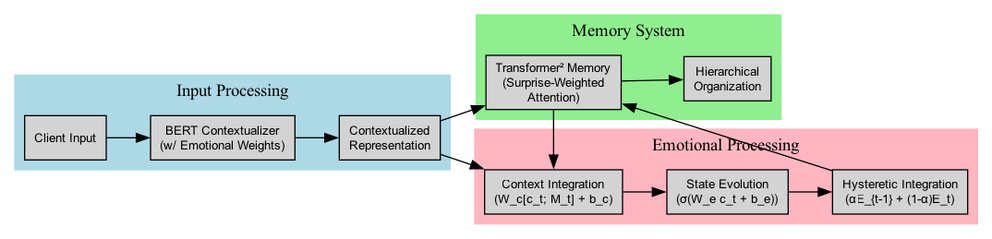
Before: docs/source/_static/diagrams/system_architecture.png, a diagram exported from Graphviz (matthewpendleton/nivalde). Its source is kept beside it as docs/source/_static/diagrams/system_architecture.dot.
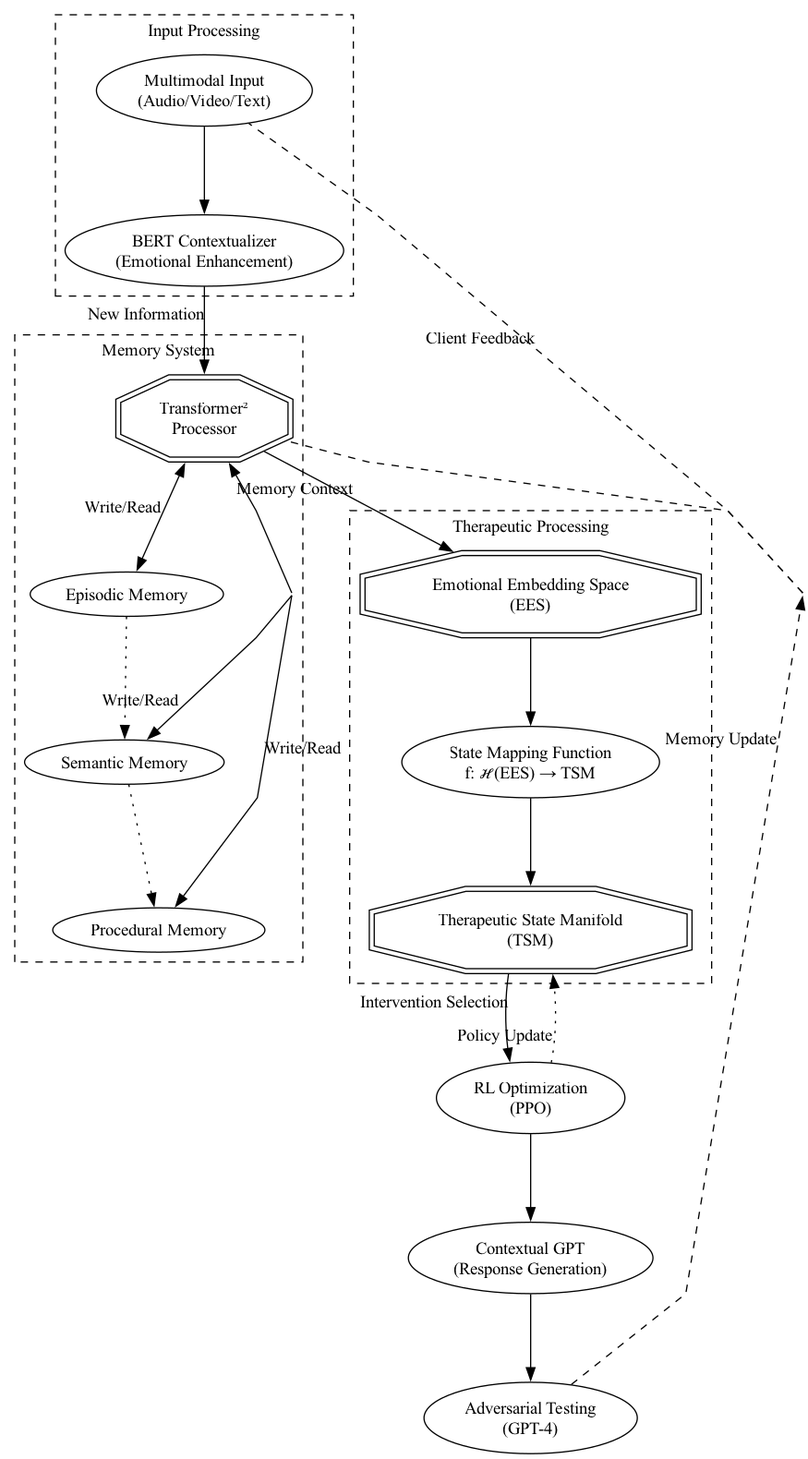
Later version of the same file.

Commit message:
updated the script that generates the overview diagram, place it in a more appropriate location, run it and add the output to the readme.md file.

Diff of the diagram source:
```diff
@@ -1,45 +1,69 @@
 digraph G {
-    rankdir=LR;
-    node [shape=box, style=filled, fontname="Arial", fontsize=10];
-    edge [fontname="Arial", fontsize=8];
+    rankdir=TB;
+    compound=true;
+    node [shape=box, style="rounded,filled", fontname="Arial", fontsize=10, margin=0.2];
+    edge [fontname="Arial", fontsize=8, penwidth=1.2];
 
-    subgraph cluster_0 {
+    subgraph cluster_input {
         label="Input Processing";
         style=filled;
         color=lightblue;
 
-        input [label="Client Input"];
-        bert [label="BERT Contextualizer\n(w/ Emotional Weights)"];
-        context [label="Contextualized\nRepresentation"];
+        multimodal [label="Multimodal Input\n(Audio/Video/Text)", shape=ellipse];
+        bert [label="BERT Contextualizer\n(Emotional Enhancement)"];
 
-        input -> bert -> context;
+        multimodal -> bert;
     }
 
-    subgraph cluster_1 {
+    subgraph cluster_memory {
         label="Memory System";
         style=filled;
         color=lightgreen;
 
-        memory [label="Transformer² Memory\n(Surprise-Weighted\nAttention)"];
-        hierarchy [label="Hierarchical\nOrganization"];
+        transformer [label="Transformer²\nProcessor", shape=octagon];
+        episodic [label="Episodic\nMemory", shape=ellipse];
+        semantic [label="Semantic\nMemory", shape=ellipse];
+        procedural [label="Procedural\nMemory", shape=ellipse];
 
-        memory -> hierarchy;
+        transformer -> episodic [dir=both, label="Write/Read"];
+        transformer -> semantic [dir=both, label="Write/Read"];
+        semantic -> procedural;
+        episodic -> procedural;
     }
 
-    subgraph cluster_2 {
-        label="Emotional Processing";
+    subgraph cluster_therapeutic {
+        label="Therapeutic Processing";
         style=filled;
         color=lightpink;
 
-        integration [label="Context Integration\n(W_c[c_t; M_t] + b_c)"];
-        evolution [label="State Evolution\n(σ(W_e c_t + b_e))"];
-        hysteresis [label="Hysteretic Integration\n(αE_{t-1} + (1-α)E_t)"];
+        ees [label="Emotional Embedding Space\n(EES)", shape=octagon];
+        tsm [label="Therapeutic State Manifold\n(TSM)", shape=octagon];
+        mapping [label="State Mapping Function\nf: ℋ(EES) → TSM"];
 
-        integration -> evolution -> hysteresis;
+        ees -> mapping;
+        mapping -> tsm;
     }
 
-    context -> memory;
-    context -> integration;
-    memory -> integration;
-    hysteresis -> memory;
+    subgraph cluster_response {
+        label="Response Generation";
+        style=filled;
+        color=lightyellow;
+
+        ppo [label="RL Optimization\n(PPO)", shape=ellipse];
+        gpt [label="Response Generation\n(Contextual GPT)", shape=ellipse];
+        testing [label="Adversarial Testing\n(GPT-4)", shape=ellipse];
+
+        tsm -> ppo [ltail=cluster_therapeutic];
+        ppo -> gpt;
+        gpt -> testing;
+    }
+
+    bert -> transformer;
+    transformer -> ees [label="Memory\nContext"];
+    testing -> multimodal [label="Client\nFeedback", constraint=false, style=dashed];
+    testing -> transformer [label="Memory\nUpdate", constraint=false, style=dashed];
+
+    {rank=same; bert; transformer}
+    {rank=same; ees; tsm}
+    {rank=same; ppo; gpt; testing}
 }
```
